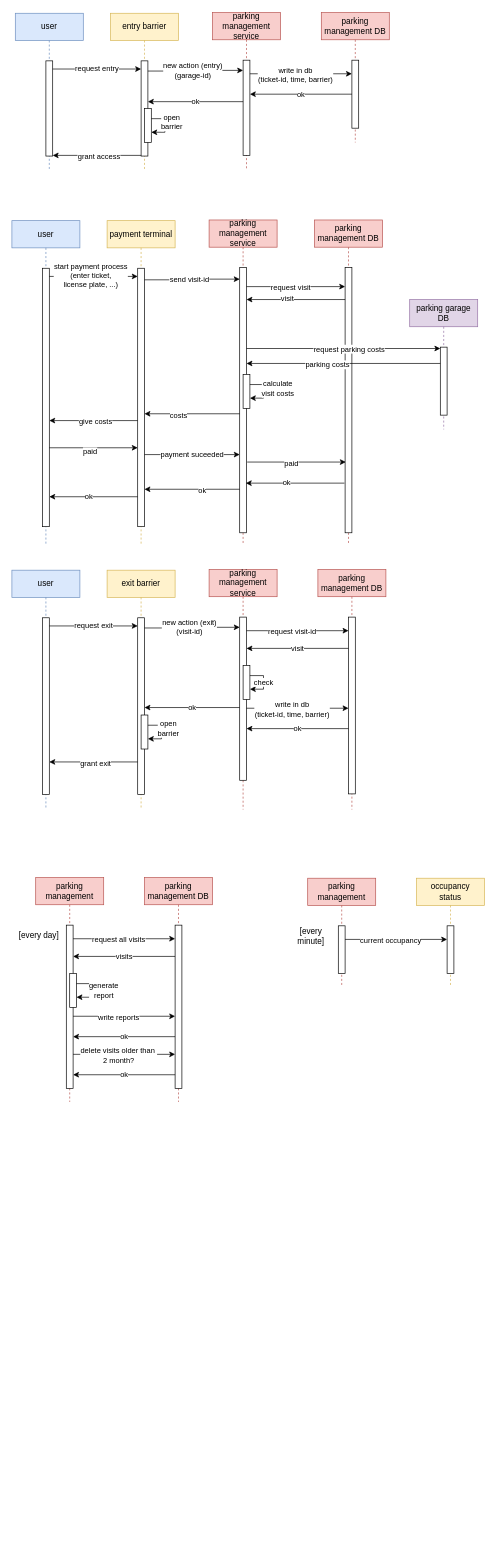
Before: page "sequence" (5 of 11) of docu/parking_management.drawio in msi-cad-vw/.github, a draw.io diagram. Source tidied: cells renumbered, new cells numbered last; positions are measured from the earlier drawing's top-left corner, leaving out a move shared by most shapes. Both pictures are drawn from the tidied source at 68%, with x=0, y=0 at pixel (12, 12).
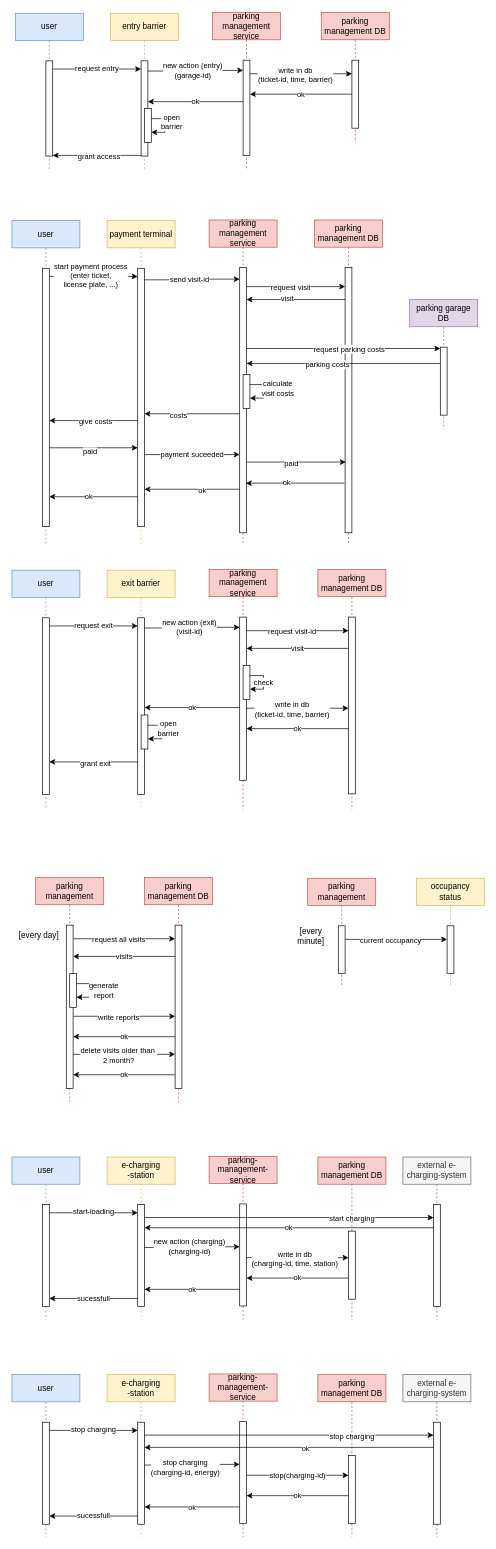
Above is the later version.

The edit, as a diff of the source:
```diff
@@
+    <mxCell id="110" value="user" style="shape=umlLifeline;perimeter=lifelinePerimeter;whiteSpace=wrap;html=1;newEdgeStyle={&quot;edgeStyle&quot;:&quot;elbowEdgeStyle&quot;,&quot;elbow&quot;:&quot;vertical&quot;,&quot;curved&quot;:0,&quot;rounded&quot;:0};fillColor=#dae8fc;strokeColor=#6c8ebf;" parent="1" vertex="1">
+      <mxGeometry y="1683" width="100" height="239" as="geometry" />
+    </mxCell>
+    <mxCell id="111" style="html=1;perimeter=orthogonalPerimeter;targetShapes=umlLifeline;newEdgeStyle={&quot;edgeStyle&quot;:&quot;elbowEdgeStyle&quot;,&quot;elbow&quot;:&quot;vertical&quot;,&quot;curved&quot;:0,&quot;rounded&quot;:0};" parent="110" vertex="1">
+      <mxGeometry x="45" y="70" width="10" height="150" as="geometry" />
+    </mxCell>
+    <mxCell id="112" value="e-charging&lt;br&gt;-station" style="shape=umlLifeline;perimeter=lifelinePerimeter;whiteSpace=wrap;html=1;newEdgeStyle={&quot;edgeStyle&quot;:&quot;elbowEdgeStyle&quot;,&quot;elbow&quot;:&quot;vertical&quot;,&quot;curved&quot;:0,&quot;rounded&quot;:0};fillColor=#fff2cc;strokeColor=#d6b656;" parent="1" vertex="1">
+      <mxGeometry x="140" y="1683" width="100" height="239" as="geometry" />
+    </mxCell>
+    <mxCell id="113" style="html=1;perimeter=orthogonalPerimeter;targetShapes=umlLifeline;newEdgeStyle={&quot;edgeStyle&quot;:&quot;elbowEdgeStyle&quot;,&quot;elbow&quot;:&quot;vertical&quot;,&quot;curved&quot;:0,&quot;rounded&quot;:0};" parent="112" vertex="1">
+      <mxGeometry x="45" y="70" width="10" height="150" as="geometry" />
+    </mxCell>
+    <mxCell id="114" style="edgeStyle=orthogonalEdgeStyle;rounded=0;orthogonalLoop=1;jettySize=auto;html=1;" parent="1" edge="1">
+      <mxGeometry relative="1" as="geometry">
+        <mxPoint x="55" y="1765" as="sourcePoint" />
+        <mxPoint x="185" y="1765" as="targetPoint" />
+      </mxGeometry>
+    </mxCell>
+    <mxCell id="115" value="start-loading" style="edgeLabel;html=1;align=center;verticalAlign=middle;" parent="114" vertex="1">
+      <mxGeometry x="0.25" y="-2" relative="1" as="geometry">
+        <mxPoint x="-17" y="-4" as="offset" />
+      </mxGeometry>
+    </mxCell>
+    <mxCell id="116" value="parking-management-service" style="shape=umlLifeline;perimeter=lifelinePerimeter;whiteSpace=wrap;html=1;newEdgeStyle={&quot;edgeStyle&quot;:&quot;elbowEdgeStyle&quot;,&quot;elbow&quot;:&quot;vertical&quot;,&quot;curved&quot;:0,&quot;rounded&quot;:0};fillColor=#f8cecc;strokeColor=#b85450;" parent="1" vertex="1">
+      <mxGeometry x="290" y="1682" width="100" height="240" as="geometry" />
+    </mxCell>
+    <mxCell id="117" style="html=1;perimeter=orthogonalPerimeter;targetShapes=umlLifeline;newEdgeStyle={&quot;edgeStyle&quot;:&quot;elbowEdgeStyle&quot;,&quot;elbow&quot;:&quot;vertical&quot;,&quot;curved&quot;:0,&quot;rounded&quot;:0};" parent="116" vertex="1">
+      <mxGeometry x="45" y="70" width="10" height="150" as="geometry" />
+    </mxCell>
+    <mxCell id="118" style="edgeStyle=orthogonalEdgeStyle;rounded=0;orthogonalLoop=1;jettySize=auto;html=1;" parent="1" edge="1">
+      <mxGeometry relative="1" as="geometry">
+        <mxPoint x="195" y="1816" as="sourcePoint" />
+        <mxPoint x="335" y="1815" as="targetPoint" />
+        <Array as="points">
+          <mxPoint x="265" y="1816" />
+          <mxPoint x="335" y="1815" />
+        </Array>
+      </mxGeometry>
+    </mxCell>
+    <mxCell id="119" value="new action (charging)&lt;br&gt;(charging-id)" style="edgeLabel;html=1;align=center;verticalAlign=middle;" parent="118" vertex="1">
+      <mxGeometry x="-0.15" y="2" relative="1" as="geometry">
+        <mxPoint x="5" as="offset" />
+      </mxGeometry>
+    </mxCell>
+    <mxCell id="120" value="ok" style="endArrow=classic;html=1;rounded=0;" parent="1" edge="1">
+      <mxGeometry relative="1" as="geometry">
+        <mxPoint x="335" y="1877.6" as="sourcePoint" />
+        <mxPoint x="195" y="1877.6" as="targetPoint" />
+      </mxGeometry>
+    </mxCell>
+    <mxCell id="121" value="sucessfull" style="rounded=0;orthogonalLoop=1;jettySize=auto;html=1;" parent="1" edge="1">
+      <mxGeometry relative="1" as="geometry">
+        <mxPoint x="185" y="1891" as="sourcePoint" />
+        <mxPoint x="55" y="1891" as="targetPoint" />
+      </mxGeometry>
+    </mxCell>
+    <mxCell id="122" value="external e-charging-system" style="shape=umlLifeline;perimeter=lifelinePerimeter;whiteSpace=wrap;html=1;newEdgeStyle={&quot;edgeStyle&quot;:&quot;elbowEdgeStyle&quot;,&quot;elbow&quot;:&quot;vertical&quot;,&quot;curved&quot;:0,&quot;rounded&quot;:0};fillColor=#f5f5f5;strokeColor=#666666;fontColor=#333333;" parent="1" vertex="1">
+      <mxGeometry x="575" y="1683" width="100" height="239" as="geometry" />
+    </mxCell>
+    <mxCell id="123" style="html=1;points=[];perimeter=orthogonalPerimeter;outlineConnect=0;targetShapes=umlLifeline;portConstraint=eastwest;newEdgeStyle={&quot;edgeStyle&quot;:&quot;elbowEdgeStyle&quot;,&quot;elbow&quot;:&quot;vertical&quot;,&quot;curved&quot;:0,&quot;rounded&quot;:0};" parent="122" vertex="1">
+      <mxGeometry x="45" y="70" width="10" height="150" as="geometry" />
+    </mxCell>
+    <mxCell id="124" style="edgeStyle=none;rounded=0;jettySize=auto;html=1;" parent="1" edge="1" target="123">
+      <mxGeometry relative="1" as="geometry">
+        <mxPoint x="195" y="1772" as="sourcePoint" />
+      </mxGeometry>
+    </mxCell>
+    <mxCell id="125" value="start charging" style="edgeLabel;html=1;align=center;verticalAlign=middle;" parent="124" vertex="1">
+      <mxGeometry x="0.34" y="-1" relative="1" as="geometry">
+        <mxPoint x="19" as="offset" />
+      </mxGeometry>
+    </mxCell>
+    <mxCell id="126" value="parking management DB" style="shape=umlLifeline;perimeter=lifelinePerimeter;whiteSpace=wrap;html=1;newEdgeStyle={&quot;edgeStyle&quot;:&quot;elbowEdgeStyle&quot;,&quot;elbow&quot;:&quot;vertical&quot;,&quot;curved&quot;:0,&quot;rounded&quot;:0};fillColor=#f8cecc;strokeColor=#b85450;" parent="1" vertex="1">
+      <mxGeometry x="450" y="1683" width="100" height="239" as="geometry" />
+    </mxCell>
+    <mxCell id="127" style="html=1;points=[];perimeter=orthogonalPerimeter;outlineConnect=0;targetShapes=umlLifeline;portConstraint=eastwest;newEdgeStyle={&quot;edgeStyle&quot;:&quot;elbowEdgeStyle&quot;,&quot;elbow&quot;:&quot;vertical&quot;,&quot;curved&quot;:0,&quot;rounded&quot;:0};" parent="126" vertex="1">
+      <mxGeometry x="45" y="109" width="10" height="100" as="geometry" />
+    </mxCell>
+    <mxCell id="128" style="edgeStyle=none;rounded=0;orthogonalLoop=1;jettySize=auto;html=1;" parent="1" edge="1">
+      <mxGeometry relative="1" as="geometry">
+        <mxPoint x="345" y="1831" as="sourcePoint" />
+        <mxPoint x="495" y="1831" as="targetPoint" />
+      </mxGeometry>
+    </mxCell>
+    <mxCell id="129" value="write in db&lt;br&gt;(charging-id, time, station)" style="edgeLabel;html=1;align=center;verticalAlign=middle;" parent="128" vertex="1">
+      <mxGeometry x="-0.12" y="-1" relative="1" as="geometry">
+        <mxPoint x="4" as="offset" />
+      </mxGeometry>
+    </mxCell>
+    <mxCell id="130" value="ok" style="edgeStyle=none;rounded=0;jettySize=auto;html=1;" parent="1" edge="1" source="127">
+      <mxGeometry relative="1" as="geometry">
+        <mxPoint x="345" y="1861" as="targetPoint" />
+      </mxGeometry>
+    </mxCell>
+    <mxCell id="131" value="user" style="shape=umlLifeline;perimeter=lifelinePerimeter;whiteSpace=wrap;html=1;newEdgeStyle={&quot;edgeStyle&quot;:&quot;elbowEdgeStyle&quot;,&quot;elbow&quot;:&quot;vertical&quot;,&quot;curved&quot;:0,&quot;rounded&quot;:0};fillColor=#dae8fc;strokeColor=#6c8ebf;" parent="1" vertex="1">
+      <mxGeometry y="2003" width="100" height="239" as="geometry" />
+    </mxCell>
+    <mxCell id="132" style="html=1;perimeter=orthogonalPerimeter;targetShapes=umlLifeline;newEdgeStyle={&quot;edgeStyle&quot;:&quot;elbowEdgeStyle&quot;,&quot;elbow&quot;:&quot;vertical&quot;,&quot;curved&quot;:0,&quot;rounded&quot;:0};" parent="131" vertex="1">
+      <mxGeometry x="45" y="70" width="10" height="150" as="geometry" />
+    </mxCell>
+    <mxCell id="133" value="e-charging&lt;br&gt;-station" style="shape=umlLifeline;perimeter=lifelinePerimeter;whiteSpace=wrap;html=1;newEdgeStyle={&quot;edgeStyle&quot;:&quot;elbowEdgeStyle&quot;,&quot;elbow&quot;:&quot;vertical&quot;,&quot;curved&quot;:0,&quot;rounded&quot;:0};fillColor=#fff2cc;strokeColor=#d6b656;" parent="1" vertex="1">
+      <mxGeometry x="140" y="2003" width="100" height="239" as="geometry" />
+    </mxCell>
+    <mxCell id="134" style="html=1;perimeter=orthogonalPerimeter;targetShapes=umlLifeline;newEdgeStyle={&quot;edgeStyle&quot;:&quot;elbowEdgeStyle&quot;,&quot;elbow&quot;:&quot;vertical&quot;,&quot;curved&quot;:0,&quot;rounded&quot;:0};" parent="133" vertex="1">
+      <mxGeometry x="45" y="70" width="10" height="150" as="geometry" />
+    </mxCell>
+    <mxCell id="135" style="edgeStyle=orthogonalEdgeStyle;rounded=0;orthogonalLoop=1;jettySize=auto;html=1;" parent="1" edge="1">
+      <mxGeometry relative="1" as="geometry">
+        <mxPoint x="55" y="2085" as="sourcePoint" />
+        <mxPoint x="185" y="2085" as="targetPoint" />
+      </mxGeometry>
+    </mxCell>
+    <mxCell id="136" value="stop charging" style="edgeLabel;html=1;align=center;verticalAlign=middle;" parent="135" vertex="1">
+      <mxGeometry x="0.25" y="-2" relative="1" as="geometry">
+        <mxPoint x="-17" y="-4" as="offset" />
+      </mxGeometry>
+    </mxCell>
+    <mxCell id="137" value="parking-management-service" style="shape=umlLifeline;perimeter=lifelinePerimeter;whiteSpace=wrap;html=1;newEdgeStyle={&quot;edgeStyle&quot;:&quot;elbowEdgeStyle&quot;,&quot;elbow&quot;:&quot;vertical&quot;,&quot;curved&quot;:0,&quot;rounded&quot;:0};fillColor=#f8cecc;strokeColor=#b85450;" parent="1" vertex="1">
+      <mxGeometry x="290" y="2002" width="100" height="240" as="geometry" />
+    </mxCell>
+    <mxCell id="138" style="html=1;perimeter=orthogonalPerimeter;targetShapes=umlLifeline;newEdgeStyle={&quot;edgeStyle&quot;:&quot;elbowEdgeStyle&quot;,&quot;elbow&quot;:&quot;vertical&quot;,&quot;curved&quot;:0,&quot;rounded&quot;:0};" parent="137" vertex="1">
+      <mxGeometry x="45" y="70" width="10" height="150" as="geometry" />
+    </mxCell>
+    <mxCell id="139" style="edgeStyle=orthogonalEdgeStyle;rounded=0;orthogonalLoop=1;jettySize=auto;html=1;" parent="1" edge="1">
+      <mxGeometry relative="1" as="geometry">
+        <mxPoint x="195" y="2136" as="sourcePoint" />
+        <mxPoint x="335" y="2135" as="targetPoint" />
+        <Array as="points">
+          <mxPoint x="265" y="2136" />
+          <mxPoint x="335" y="2135" />
+        </Array>
+      </mxGeometry>
+    </mxCell>
+    <mxCell id="140" value="stop charging&lt;br&gt;(charging-id, energy)" style="edgeLabel;html=1;align=center;verticalAlign=middle;" parent="139" vertex="1">
+      <mxGeometry x="0.14" y="-4" relative="1" as="geometry">
+        <mxPoint x="-20" as="offset" />
+      </mxGeometry>
+    </mxCell>
+    <mxCell id="141" value="ok" style="endArrow=classic;html=1;rounded=0;" parent="1" edge="1">
+      <mxGeometry relative="1" as="geometry">
+        <mxPoint x="335" y="2197.6" as="sourcePoint" />
+        <mxPoint x="195" y="2197.6" as="targetPoint" />
+      </mxGeometry>
+    </mxCell>
+    <mxCell id="142" value="sucessfull" style="rounded=0;orthogonalLoop=1;jettySize=auto;html=1;" parent="1" edge="1">
+      <mxGeometry relative="1" as="geometry">
+        <mxPoint x="185" y="2211" as="sourcePoint" />
+        <mxPoint x="55" y="2211" as="targetPoint" />
+      </mxGeometry>
+    </mxCell>
+    <mxCell id="143" value="external e-charging-system" style="shape=umlLifeline;perimeter=lifelinePerimeter;whiteSpace=wrap;html=1;newEdgeStyle={&quot;edgeStyle&quot;:&quot;elbowEdgeStyle&quot;,&quot;elbow&quot;:&quot;vertical&quot;,&quot;curved&quot;:0,&quot;rounded&quot;:0};fillColor=#f5f5f5;strokeColor=#666666;fontColor=#333333;" parent="1" vertex="1">
+      <mxGeometry x="575" y="2003" width="100" height="239" as="geometry" />
+    </mxCell>
+    <mxCell id="144" style="html=1;points=[];perimeter=orthogonalPerimeter;outlineConnect=0;targetShapes=umlLifeline;portConstraint=eastwest;newEdgeStyle={&quot;edgeStyle&quot;:&quot;elbowEdgeStyle&quot;,&quot;elbow&quot;:&quot;vertical&quot;,&quot;curved&quot;:0,&quot;rounded&quot;:0};" parent="143" vertex="1">
+      <mxGeometry x="45" y="70" width="10" height="150" as="geometry" />
+    </mxCell>
+    <mxCell id="145" style="edgeStyle=none;rounded=0;jettySize=auto;html=1;" parent="1" edge="1" target="144">
+      <mxGeometry relative="1" as="geometry">
+        <mxPoint x="195" y="2092" as="sourcePoint" />
+      </mxGeometry>
+    </mxCell>
+    <mxCell id="146" value="stop charging" style="edgeLabel;html=1;align=center;verticalAlign=middle;" parent="145" vertex="1">
+      <mxGeometry x="0.34" y="-1" relative="1" as="geometry">
+        <mxPoint x="19" as="offset" />
+      </mxGeometry>
+    </mxCell>
+    <mxCell id="147" value="parking management DB" style="shape=umlLifeline;perimeter=lifelinePerimeter;whiteSpace=wrap;html=1;newEdgeStyle={&quot;edgeStyle&quot;:&quot;elbowEdgeStyle&quot;,&quot;elbow&quot;:&quot;vertical&quot;,&quot;curved&quot;:0,&quot;rounded&quot;:0};fillColor=#f8cecc;strokeColor=#b85450;" parent="1" vertex="1">
+      <mxGeometry x="450" y="2003" width="100" height="239" as="geometry" />
+    </mxCell>
+    <mxCell id="148" style="html=1;points=[];perimeter=orthogonalPerimeter;outlineConnect=0;targetShapes=umlLifeline;portConstraint=eastwest;newEdgeStyle={&quot;edgeStyle&quot;:&quot;elbowEdgeStyle&quot;,&quot;elbow&quot;:&quot;vertical&quot;,&quot;curved&quot;:0,&quot;rounded&quot;:0};" parent="147" vertex="1">
+      <mxGeometry x="45" y="119" width="10" height="100" as="geometry" />
+    </mxCell>
+    <mxCell id="149" value="stop(charging-id)" style="edgeStyle=none;rounded=0;orthogonalLoop=1;jettySize=auto;html=1;" parent="1" edge="1">
+      <mxGeometry relative="1" as="geometry">
+        <mxPoint x="345" y="2151" as="sourcePoint" />
+        <mxPoint x="495" y="2151" as="targetPoint" />
+      </mxGeometry>
+    </mxCell>
+    <mxCell id="150" value="ok" style="edgeStyle=none;rounded=0;jettySize=auto;html=1;" parent="1" edge="1" source="148">
+      <mxGeometry relative="1" as="geometry">
+        <mxPoint x="345" y="2181" as="targetPoint" />
+      </mxGeometry>
+    </mxCell>
+    <mxCell id="151" style="edgeStyle=orthogonalEdgeStyle;rounded=0;orthogonalLoop=1;jettySize=auto;html=1;" parent="1" edge="1">
+      <mxGeometry relative="1" as="geometry">
+        <mxPoint x="620" y="2110" as="sourcePoint" />
+        <mxPoint x="195" y="2110" as="targetPoint" />
+      </mxGeometry>
+    </mxCell>
+    <mxCell id="152" value="ok" style="edgeLabel;html=1;align=center;verticalAlign=middle;" parent="151" vertex="1">
+      <mxGeometry x="-0.11" y="1" relative="1" as="geometry" />
+    </mxCell>
+    <mxCell id="153" value="ok" style="edgeStyle=orthogonalEdgeStyle;rounded=0;orthogonalLoop=1;jettySize=auto;html=1;" parent="1" edge="1">
+      <mxGeometry relative="1" as="geometry">
+        <mxPoint x="620" y="1787" as="sourcePoint" />
+        <mxPoint x="195" y="1787" as="targetPoint" />
+      </mxGeometry>
+    </mxCell>
```
